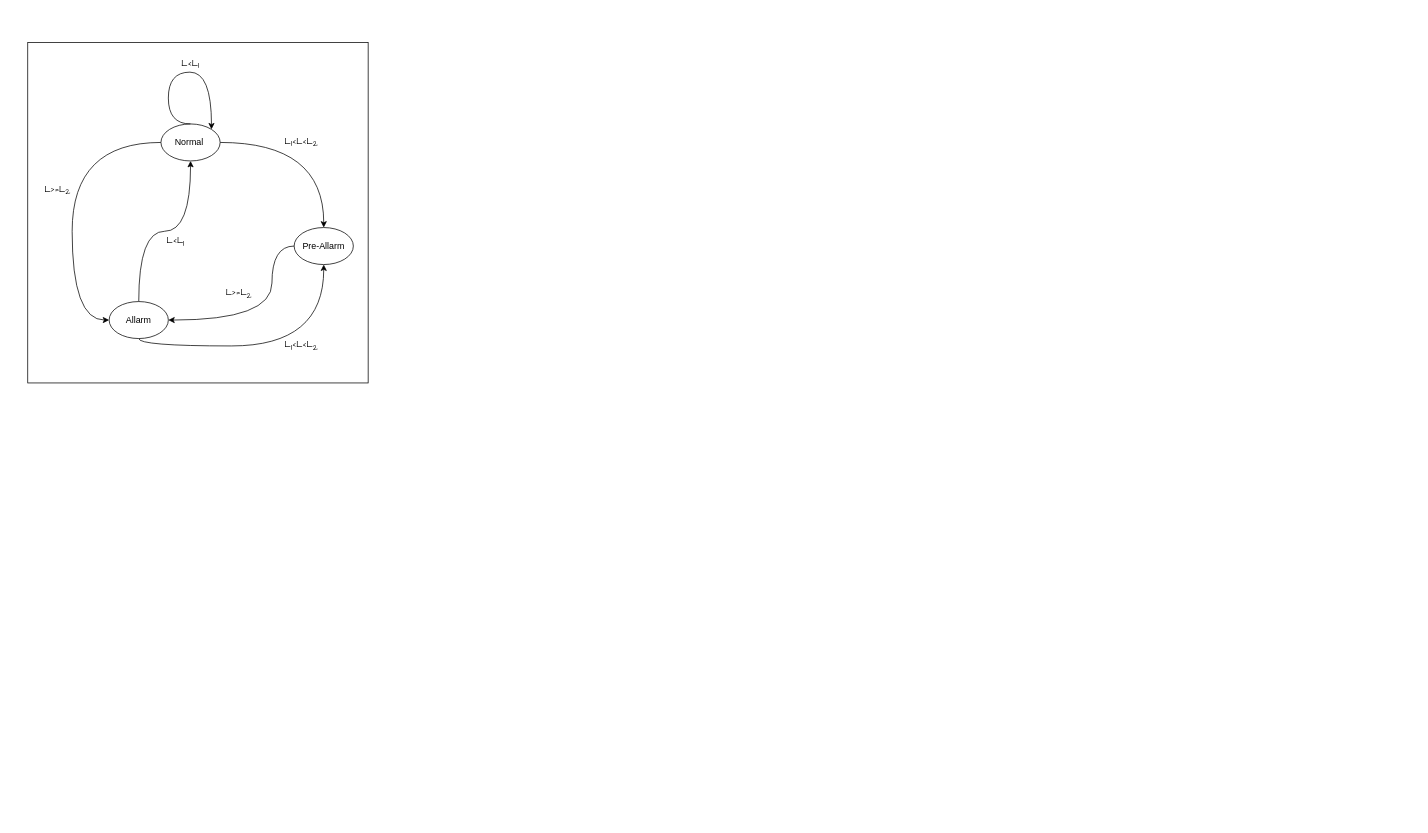
Above: doc/Smart_Dam.drawio in lorenzo0/SmartDam (draw.io), before the change. Source tidied: cells renumbered, new cells numbered last; positions are measured from the earlier drawing's top-left corner, leaving out a move shared by most shapes. Both pictures are drawn from the tidied source at 74%, with x=0, y=0 at pixel (27, 42).
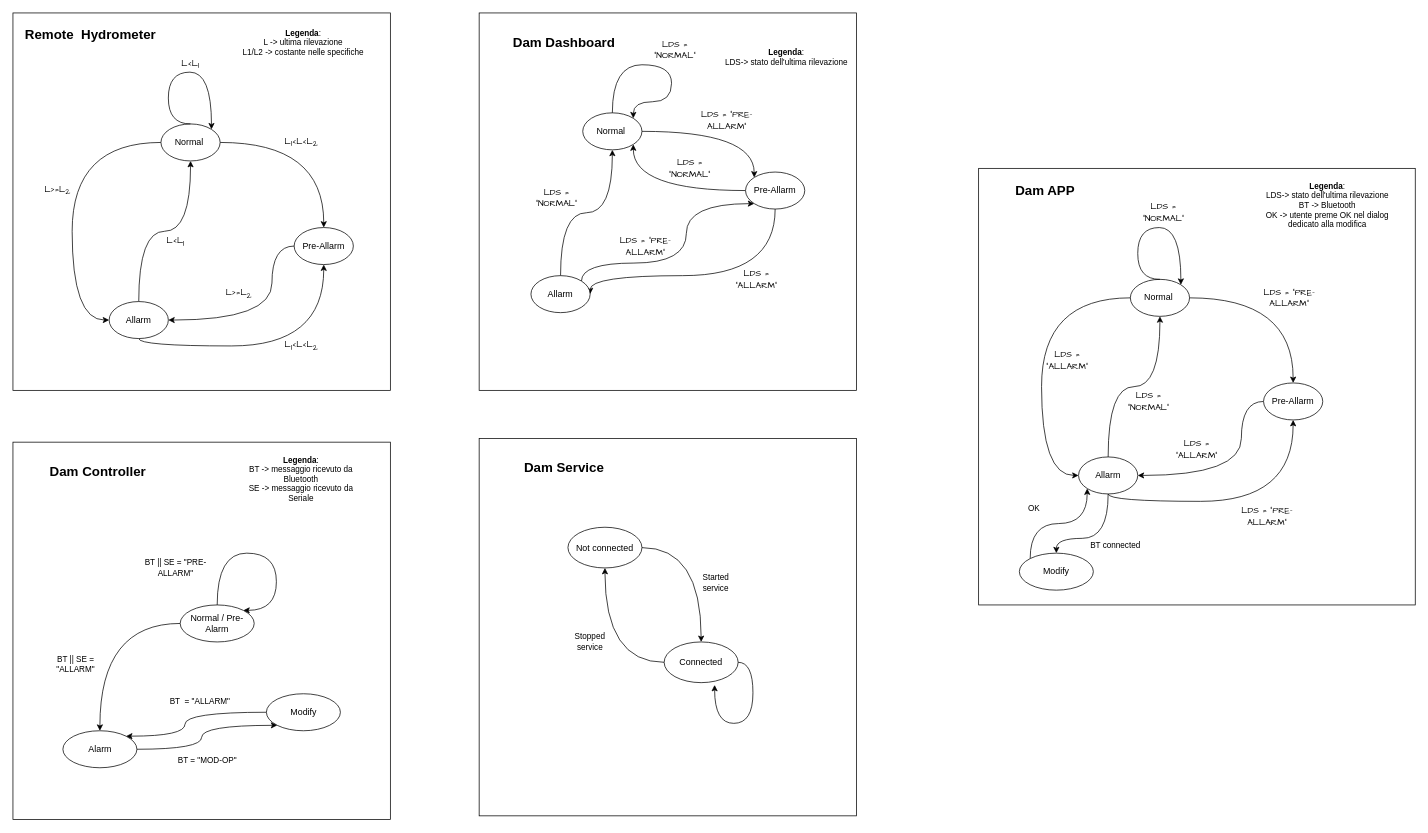
After the change.

The change refers to these unchanged cells:
```xml
<mxCell id="5" value="&lt;span&gt;Normal&amp;nbsp;&lt;/span&gt;" style="ellipse;whiteSpace=wrap;html=1;" parent="1" vertex="1">
  <mxGeometry x="180" y="110" width="80" height="50" as="geometry" />
</mxCell>
```

Diff of the diagram source:
```diff
@@
     <mxCell id="2" style="whiteSpace=wrap;html=1;" parent="1" vertex="1">
-      <mxGeometry width="460" height="460" as="geometry" />
+      <mxGeometry x="-20" y="-40" width="510" height="510" as="geometry" />
     </mxCell>
@@
-    <mxCell id="12" style="edgeStyle=orthogonalEdgeStyle;curved=1;rounded=0;orthogonalLoop=1;jettySize=auto;html=1;entryX=0.5;entryY=0;entryDx=0;entryDy=0;" parent="1" edge="1" source="5" target="5">
-      <mxGeometry relative="1" as="geometry">
-        <Array as="points">
-          <mxPoint x="260" y="110" />
-        </Array>
-      </mxGeometry>
-    </mxCell>
@@
+    <mxCell id="19" value="&lt;b style=&quot;font-size: 18px;&quot;&gt;Remote&amp;nbsp; Hydrometer&lt;/b&gt;" style="text;html=1;strokeColor=none;fillColor=none;align=center;verticalAlign=middle;whiteSpace=wrap;rounded=0;fontSize=18;" parent="1" vertex="1">
+      <mxGeometry x="-10" y="-20" width="190" height="20" as="geometry" />
+    </mxCell>
+    <mxCell id="20" style="whiteSpace=wrap;html=1;" parent="1" vertex="1">
+      <mxGeometry x="-20" y="540" width="510" height="510" as="geometry" />
+    </mxCell>
+    <mxCell id="21" value="&lt;b style=&quot;font-size: 18px&quot;&gt;Dam Controller&lt;/b&gt;" style="text;html=1;strokeColor=none;fillColor=none;align=center;verticalAlign=middle;whiteSpace=wrap;rounded=0;fontSize=18;" parent="1" vertex="1">
+      <mxGeometry y="570" width="190" height="20" as="geometry" />
+    </mxCell>
+    <mxCell id="22" style="edgeStyle=orthogonalEdgeStyle;curved=1;rounded=0;jettySize=auto;html=1;entryX=0.5;entryY=0;entryDx=0;entryDy=0;fontSize=11;" parent="1" edge="1" source="23" target="27">
+      <mxGeometry relative="1" as="geometry" />
+    </mxCell>
+    <mxCell id="23" value="&lt;span&gt;Normal / Pre-Alarm&lt;/span&gt;" style="ellipse;whiteSpace=wrap;html=1;" parent="1" vertex="1">
+      <mxGeometry x="206" y="760" width="100" height="50" as="geometry" />
+    </mxCell>
+    <mxCell id="24" style="edgeStyle=orthogonalEdgeStyle;curved=1;rounded=0;jettySize=auto;html=1;entryX=1;entryY=0;entryDx=0;entryDy=0;fontSize=11;" parent="1" edge="1" source="25" target="27">
+      <mxGeometry relative="1" as="geometry">
+        <Array as="points">
+          <mxPoint x="212.5" y="905" />
+          <mxPoint x="212.5" y="938" />
+        </Array>
+      </mxGeometry>
+    </mxCell>
+    <mxCell id="25" value="&lt;span&gt;Modify&lt;/span&gt;" style="ellipse;whiteSpace=wrap;html=1;" parent="1" vertex="1">
+      <mxGeometry x="322.5" y="880" width="100" height="50" as="geometry" />
+    </mxCell>
+    <mxCell id="26" style="edgeStyle=orthogonalEdgeStyle;curved=1;rounded=0;jettySize=auto;html=1;entryX=0;entryY=1;entryDx=0;entryDy=0;fontSize=11;" parent="1" edge="1" source="27" target="25">
+      <mxGeometry relative="1" as="geometry" />
+    </mxCell>
+    <mxCell id="27" value="&lt;span&gt;Alarm&lt;/span&gt;" style="ellipse;whiteSpace=wrap;html=1;" parent="1" vertex="1">
+      <mxGeometry x="47.5" y="930" width="100" height="50" as="geometry" />
+    </mxCell>
+    <mxCell id="28" style="edgeStyle=orthogonalEdgeStyle;rounded=0;orthogonalLoop=1;jettySize=auto;html=1;entryX=1;entryY=0;entryDx=0;entryDy=0;fontSize=18;curved=1;" parent="1" edge="1" source="23" target="23">
+      <mxGeometry relative="1" as="geometry">
+        <Array as="points">
+          <mxPoint x="256" y="690" />
+          <mxPoint x="336" y="690" />
+          <mxPoint x="336" y="768" />
+        </Array>
+      </mxGeometry>
+    </mxCell>
+    <mxCell id="29" value="BT || SE = &quot;PRE-ALLARM&quot;" style="text;html=1;strokeColor=none;fillColor=none;align=center;verticalAlign=middle;whiteSpace=wrap;rounded=0;fontSize=11;" parent="1" vertex="1">
+      <mxGeometry x="150" y="700" width="100" height="20" as="geometry" />
+    </mxCell>
+    <mxCell id="30" value="BT || SE = &quot;ALLARM&quot;" style="text;html=1;strokeColor=none;fillColor=none;align=center;verticalAlign=middle;whiteSpace=wrap;rounded=0;fontSize=11;" parent="1" vertex="1">
+      <mxGeometry x="15" y="830" width="100" height="20" as="geometry" />
+    </mxCell>
+    <mxCell id="31" value="BT = &quot;MOD-OP&quot;" style="text;html=1;strokeColor=none;fillColor=none;align=center;verticalAlign=middle;whiteSpace=wrap;rounded=0;fontSize=11;" parent="1" vertex="1">
+      <mxGeometry x="192.5" y="960" width="100" height="20" as="geometry" />
+    </mxCell>
+    <mxCell id="32" value="BT&amp;nbsp; = &quot;ALLARM&quot;" style="text;html=1;strokeColor=none;fillColor=none;align=center;verticalAlign=middle;whiteSpace=wrap;rounded=0;fontSize=11;" parent="1" vertex="1">
+      <mxGeometry x="182.5" y="880" width="100" height="20" as="geometry" />
+    </mxCell>
+    <mxCell id="33" style="edgeStyle=orthogonalEdgeStyle;curved=1;rounded=0;orthogonalLoop=1;jettySize=auto;html=1;exitX=0.5;exitY=1;exitDx=0;exitDy=0;fontSize=11;" parent="1" edge="1" source="30" target="30">
+      <mxGeometry relative="1" as="geometry" />
+    </mxCell>
+    <mxCell id="34" style="whiteSpace=wrap;html=1;" parent="1" vertex="1">
+      <mxGeometry x="610" y="-40" width="510" height="510" as="geometry" />
+    </mxCell>
+    <mxCell id="35" value="&lt;b style=&quot;font-size: 18px&quot;&gt;Dam Dashboard&lt;/b&gt;" style="text;html=1;strokeColor=none;fillColor=none;align=center;verticalAlign=middle;whiteSpace=wrap;rounded=0;fontSize=18;" parent="1" vertex="1">
+      <mxGeometry x="630" y="-10" width="190" height="20" as="geometry" />
+    </mxCell>
+    <mxCell id="36" style="edgeStyle=orthogonalEdgeStyle;curved=1;rounded=0;jettySize=auto;html=1;entryX=0;entryY=0;entryDx=0;entryDy=0;fontSize=11;" parent="1" edge="1" source="37" target="41">
+      <mxGeometry relative="1" as="geometry" />
+    </mxCell>
+    <mxCell id="37" value="&lt;span&gt;Normal&amp;nbsp;&lt;/span&gt;" style="ellipse;whiteSpace=wrap;html=1;" parent="1" vertex="1">
+      <mxGeometry x="750" y="95" width="80" height="50" as="geometry" />
+    </mxCell>
+    <mxCell id="38" style="edgeStyle=orthogonalEdgeStyle;curved=1;rounded=0;orthogonalLoop=1;jettySize=auto;html=1;entryX=1;entryY=0;entryDx=0;entryDy=0;fontSize=11;" parent="1" edge="1" source="37" target="37">
+      <mxGeometry relative="1" as="geometry">
+        <Array as="points">
+          <mxPoint x="790" y="30" />
+          <mxPoint x="870" y="30" />
+          <mxPoint x="870" y="80" />
+          <mxPoint x="819" y="80" />
+        </Array>
+      </mxGeometry>
+    </mxCell>
+    <mxCell id="39" style="edgeStyle=orthogonalEdgeStyle;curved=1;rounded=0;jettySize=auto;html=1;entryX=1;entryY=0.5;entryDx=0;entryDy=0;fontSize=11;" parent="1" edge="1" source="41" target="45">
+      <mxGeometry relative="1" as="geometry">
+        <Array as="points">
+          <mxPoint x="1010" y="315" />
+        </Array>
+      </mxGeometry>
+    </mxCell>
+    <mxCell id="40" style="edgeStyle=orthogonalEdgeStyle;curved=1;rounded=0;jettySize=auto;html=1;entryX=1;entryY=1;entryDx=0;entryDy=0;fontSize=11;" parent="1" edge="1" source="41" target="37">
+      <mxGeometry relative="1" as="geometry" />
+    </mxCell>
+    <mxCell id="41" value="Pre-Allarm" style="ellipse;whiteSpace=wrap;html=1;" parent="1" vertex="1">
+      <mxGeometry x="970" y="175" width="80" height="50" as="geometry" />
+    </mxCell>
+    <mxCell id="42" value="&lt;font face=&quot;Comic Sans MS&quot;&gt;LDS = &quot;PRE-ALLARM&quot;&lt;/font&gt;" style="text;html=1;strokeColor=none;fillColor=none;align=center;verticalAlign=middle;whiteSpace=wrap;rounded=0;" parent="1" vertex="1">
+      <mxGeometry x="900" y="95" width="90" height="20" as="geometry" />
+    </mxCell>
+    <mxCell id="43" style="edgeStyle=orthogonalEdgeStyle;curved=1;rounded=0;jettySize=auto;html=1;entryX=0;entryY=1;entryDx=0;entryDy=0;fontSize=11;exitX=1;exitY=0;exitDx=0;exitDy=0;" parent="1" edge="1" source="45" target="41">
+      <mxGeometry relative="1" as="geometry">
+        <Array as="points">
+          <mxPoint x="890" y="298" />
+          <mxPoint x="890" y="217" />
+        </Array>
+      </mxGeometry>
+    </mxCell>
+    <mxCell id="44" style="edgeStyle=orthogonalEdgeStyle;curved=1;rounded=0;jettySize=auto;html=1;entryX=0.5;entryY=1;entryDx=0;entryDy=0;fontSize=11;" parent="1" edge="1" source="45" target="37">
+      <mxGeometry relative="1" as="geometry" />
+    </mxCell>
+    <mxCell id="45" value="Allarm" style="ellipse;whiteSpace=wrap;html=1;" parent="1" vertex="1">
+      <mxGeometry x="680" y="315" width="80" height="50" as="geometry" />
+    </mxCell>
+    <mxCell id="46" value="&lt;font face=&quot;Comic Sans MS&quot;&gt;LDS = &quot;ALLARM&quot;&lt;/font&gt;" style="text;html=1;strokeColor=none;fillColor=none;align=center;verticalAlign=middle;whiteSpace=wrap;rounded=0;" parent="1" vertex="1">
+      <mxGeometry x="940" y="310" width="90" height="20" as="geometry" />
+    </mxCell>
+    <mxCell id="47" value="&lt;font face=&quot;Comic Sans MS&quot;&gt;LDS = &quot;PRE-ALLARM&quot;&lt;/font&gt;" style="text;html=1;strokeColor=none;fillColor=none;align=center;verticalAlign=middle;whiteSpace=wrap;rounded=0;" parent="1" vertex="1">
+      <mxGeometry x="790" y="265" width="90" height="20" as="geometry" />
+    </mxCell>
+    <mxCell id="48" value="&lt;font face=&quot;Comic Sans MS&quot;&gt;LDS = &quot;NORMAL&quot;&lt;/font&gt;" style="text;html=1;strokeColor=none;fillColor=none;align=center;verticalAlign=middle;whiteSpace=wrap;rounded=0;" parent="1" vertex="1">
+      <mxGeometry x="670" y="200" width="90" height="20" as="geometry" />
+    </mxCell>
+    <mxCell id="49" value="&lt;font face=&quot;Comic Sans MS&quot;&gt;LDS = &quot;NORMAL&quot;&lt;/font&gt;" style="text;html=1;strokeColor=none;fillColor=none;align=center;verticalAlign=middle;whiteSpace=wrap;rounded=0;" parent="1" vertex="1">
+      <mxGeometry x="850" y="160" width="90" height="20" as="geometry" />
+    </mxCell>
+    <mxCell id="50" value="&lt;font face=&quot;Comic Sans MS&quot;&gt;LDS = &quot;NORMAL&quot;&lt;/font&gt;" style="text;html=1;strokeColor=none;fillColor=none;align=center;verticalAlign=middle;whiteSpace=wrap;rounded=0;" parent="1" vertex="1">
+      <mxGeometry x="830" width="90" height="20" as="geometry" />
+    </mxCell>
+    <mxCell id="51" style="whiteSpace=wrap;html=1;" parent="1" vertex="1">
+      <mxGeometry x="1285" y="170" width="590" height="590" as="geometry" />
+    </mxCell>
+    <mxCell id="52" style="edgeStyle=orthogonalEdgeStyle;rounded=0;jettySize=auto;html=1;entryX=0;entryY=0.5;entryDx=0;entryDy=0;curved=1;" parent="1" edge="1" source="54" target="60">
+      <mxGeometry relative="1" as="geometry">
+        <Array as="points">
+          <mxPoint x="1370" y="345" />
+          <mxPoint x="1370" y="585" />
+        </Array>
+      </mxGeometry>
+    </mxCell>
+    <mxCell id="53" style="edgeStyle=orthogonalEdgeStyle;curved=1;rounded=0;jettySize=auto;html=1;entryX=0.5;entryY=0;entryDx=0;entryDy=0;" parent="1" edge="1" source="54" target="56">
+      <mxGeometry relative="1" as="geometry" />
+    </mxCell>
+    <mxCell id="54" value="&lt;span&gt;Normal&amp;nbsp;&lt;/span&gt;" style="ellipse;whiteSpace=wrap;html=1;" parent="1" vertex="1">
+      <mxGeometry x="1490" y="320" width="80" height="50" as="geometry" />
+    </mxCell>
+    <mxCell id="55" style="edgeStyle=orthogonalEdgeStyle;curved=1;rounded=0;jettySize=auto;html=1;entryX=1;entryY=0.5;entryDx=0;entryDy=0;exitX=0;exitY=0.5;exitDx=0;exitDy=0;" parent="1" edge="1" source="56" target="60">
+      <mxGeometry relative="1" as="geometry">
+        <Array as="points">
+          <mxPoint x="1640" y="485" />
+          <mxPoint x="1640" y="585" />
+        </Array>
+      </mxGeometry>
+    </mxCell>
+    <mxCell id="56" value="Pre-Allarm" style="ellipse;whiteSpace=wrap;html=1;" parent="1" vertex="1">
+      <mxGeometry x="1670" y="460" width="80" height="50" as="geometry" />
+    </mxCell>
+    <mxCell id="57" style="edgeStyle=orthogonalEdgeStyle;curved=1;rounded=0;jettySize=auto;html=1;entryX=0.5;entryY=1;entryDx=0;entryDy=0;" parent="1" edge="1" source="60" target="54">
+      <mxGeometry relative="1" as="geometry" />
+    </mxCell>
+    <mxCell id="58" style="edgeStyle=orthogonalEdgeStyle;curved=1;rounded=0;jettySize=auto;html=1;entryX=0.5;entryY=1;entryDx=0;entryDy=0;exitX=0.5;exitY=1;exitDx=0;exitDy=0;" parent="1" edge="1" source="60" target="56">
+      <mxGeometry relative="1" as="geometry">
+        <Array as="points">
+          <mxPoint x="1460" y="620" />
+          <mxPoint x="1710" y="620" />
+        </Array>
+      </mxGeometry>
+    </mxCell>
+    <mxCell id="59" style="edgeStyle=orthogonalEdgeStyle;curved=1;rounded=0;jettySize=auto;html=1;entryX=0.5;entryY=0;entryDx=0;entryDy=0;fontSize=11;" parent="1" edge="1" source="60" target="70">
+      <mxGeometry relative="1" as="geometry">
+        <Array as="points">
+          <mxPoint x="1460" y="670" />
+          <mxPoint x="1390" y="670" />
+        </Array>
+      </mxGeometry>
+    </mxCell>
+    <mxCell id="60" value="Allarm" style="ellipse;whiteSpace=wrap;html=1;" parent="1" vertex="1">
+      <mxGeometry x="1420" y="560" width="80" height="50" as="geometry" />
+    </mxCell>
+    <mxCell id="61" style="edgeStyle=orthogonalEdgeStyle;curved=1;rounded=0;orthogonalLoop=1;jettySize=auto;html=1;exitX=0.5;exitY=0;exitDx=0;exitDy=0;entryX=1;entryY=0;entryDx=0;entryDy=0;" parent="1" edge="1" source="54" target="54">
+      <mxGeometry relative="1" as="geometry">
+        <Array as="points">
+          <mxPoint x="1500" y="320" />
+          <mxPoint x="1500" y="250" />
+          <mxPoint x="1558" y="250" />
+        </Array>
+      </mxGeometry>
+    </mxCell>
+    <mxCell id="62" value="&lt;span style=&quot;font-family: &amp;#34;comic sans ms&amp;#34;&quot;&gt;LDS = &quot;PRE-ALLARM&quot;&lt;/span&gt;" style="text;html=1;strokeColor=none;fillColor=none;align=center;verticalAlign=middle;whiteSpace=wrap;rounded=0;" parent="1" vertex="1">
+      <mxGeometry x="1660" y="335" width="90" height="20" as="geometry" />
+    </mxCell>
+    <mxCell id="63" value="&lt;b style=&quot;font-size: 18px&quot;&gt;Dam APP&lt;/b&gt;" style="text;html=1;strokeColor=none;fillColor=none;align=center;verticalAlign=middle;whiteSpace=wrap;rounded=0;fontSize=18;" parent="1" vertex="1">
+      <mxGeometry x="1280" y="190" width="190" height="20" as="geometry" />
+    </mxCell>
+    <mxCell id="64" value="&lt;font face=&quot;Comic Sans MS&quot;&gt;LDS = &quot;NORMAL&quot;&lt;/font&gt;" style="text;html=1;strokeColor=none;fillColor=none;align=center;verticalAlign=middle;whiteSpace=wrap;rounded=0;" parent="1" vertex="1">
+      <mxGeometry x="1490" y="220" width="90" height="20" as="geometry" />
+    </mxCell>
+    <mxCell id="65" value="&lt;font face=&quot;Comic Sans MS&quot;&gt;LDS = &quot;NORMAL&quot;&lt;/font&gt;" style="text;html=1;strokeColor=none;fillColor=none;align=center;verticalAlign=middle;whiteSpace=wrap;rounded=0;" parent="1" vertex="1">
+      <mxGeometry x="1470" y="475" width="90" height="20" as="geometry" />
+    </mxCell>
+    <mxCell id="66" value="&lt;span style=&quot;font-family: &amp;#34;comic sans ms&amp;#34;&quot;&gt;LDS = &quot;PRE-ALLARM&quot;&lt;/span&gt;" style="text;html=1;strokeColor=none;fillColor=none;align=center;verticalAlign=middle;whiteSpace=wrap;rounded=0;" parent="1" vertex="1">
+      <mxGeometry x="1630" y="630" width="90" height="20" as="geometry" />
+    </mxCell>
+    <mxCell id="67" value="&lt;span style=&quot;font-family: &amp;#34;comic sans ms&amp;#34;&quot;&gt;LDS = &quot;ALLARM&quot;&lt;/span&gt;" style="text;html=1;strokeColor=none;fillColor=none;align=center;verticalAlign=middle;whiteSpace=wrap;rounded=0;" parent="1" vertex="1">
+      <mxGeometry x="1540" y="540" width="80" height="20" as="geometry" />
+    </mxCell>
+    <mxCell id="68" value="&lt;span style=&quot;font-family: &amp;#34;comic sans ms&amp;#34;&quot;&gt;LDS = &quot;ALLARM&quot;&lt;/span&gt;" style="text;html=1;strokeColor=none;fillColor=none;align=center;verticalAlign=middle;whiteSpace=wrap;rounded=0;" parent="1" vertex="1">
+      <mxGeometry x="1365" y="420" width="80" height="20" as="geometry" />
+    </mxCell>
+    <mxCell id="69" style="edgeStyle=orthogonalEdgeStyle;curved=1;rounded=0;jettySize=auto;html=1;entryX=0;entryY=1;entryDx=0;entryDy=0;fontSize=11;exitX=0;exitY=0;exitDx=0;exitDy=0;" parent="1" edge="1" source="70" target="60">
+      <mxGeometry relative="1" as="geometry" />
+    </mxCell>
+    <mxCell id="70" value="&lt;span&gt;Modify&lt;/span&gt;" style="ellipse;whiteSpace=wrap;html=1;" parent="1" vertex="1">
+      <mxGeometry x="1340" y="690" width="100" height="50" as="geometry" />
+    </mxCell>
+    <mxCell id="71" value="BT connected" style="text;html=1;strokeColor=none;fillColor=none;align=center;verticalAlign=middle;whiteSpace=wrap;rounded=0;fontSize=11;" parent="1" vertex="1">
+      <mxGeometry x="1420" y="670" width="100" height="20" as="geometry" />
+    </mxCell>
+    <mxCell id="72" value="OK" style="text;html=1;strokeColor=none;fillColor=none;align=center;verticalAlign=middle;whiteSpace=wrap;rounded=0;fontSize=11;" parent="1" vertex="1">
+      <mxGeometry x="1310" y="620" width="100" height="20" as="geometry" />
+    </mxCell>
+    <mxCell id="73" value="&lt;b&gt;Legenda&lt;/b&gt;:&lt;br&gt;L -&amp;gt; ultima rilevazione&lt;br&gt;L1/L2 -&amp;gt; costante nelle specifiche" style="text;html=1;strokeColor=none;fillColor=none;align=center;verticalAlign=middle;whiteSpace=wrap;rounded=0;fontSize=11;" parent="1" vertex="1">
+      <mxGeometry x="286.2" y="-10" width="172.5" height="20" as="geometry" />
+    </mxCell>
+    <mxCell id="74" value="&lt;b&gt;Legenda&lt;/b&gt;:&lt;br&gt;LDS-&amp;gt; stato dell'ultima rilevazione" style="text;html=1;strokeColor=none;fillColor=none;align=center;verticalAlign=middle;whiteSpace=wrap;rounded=0;fontSize=11;" parent="1" vertex="1">
+      <mxGeometry x="938.8" y="10" width="172.5" height="20" as="geometry" />
+    </mxCell>
+    <mxCell id="75" value="&lt;b&gt;Legenda&lt;/b&gt;:&lt;br&gt;BT -&amp;gt; messaggio ricevuto da Bluetooth&lt;br&gt;SE -&amp;gt; messaggio ricevuto da Seriale" style="text;html=1;strokeColor=none;fillColor=none;align=center;verticalAlign=middle;whiteSpace=wrap;rounded=0;fontSize=11;" parent="1" vertex="1">
+      <mxGeometry x="282.5" y="580" width="172.5" height="20" as="geometry" />
+    </mxCell>
+    <mxCell id="76" value="&lt;b&gt;Legenda&lt;/b&gt;:&lt;br&gt;LDS-&amp;gt; stato dell'ultima rilevazione&lt;br&gt;BT -&amp;gt; Bluetooth&lt;br&gt;OK -&amp;gt; utente preme OK nel dialog dedicato alla modifica" style="text;html=1;strokeColor=none;fillColor=none;align=center;verticalAlign=middle;whiteSpace=wrap;rounded=0;fontSize=11;" parent="1" vertex="1">
+      <mxGeometry x="1670" y="210" width="172.5" height="20" as="geometry" />
+    </mxCell>
+    <mxCell id="77" style="whiteSpace=wrap;html=1;" parent="1" vertex="1">
+      <mxGeometry x="610" y="535" width="510" height="510" as="geometry" />
+    </mxCell>
+    <mxCell id="78" value="&lt;b style=&quot;font-size: 18px&quot;&gt;Dam Service&lt;/b&gt;" style="text;html=1;strokeColor=none;fillColor=none;align=center;verticalAlign=middle;whiteSpace=wrap;rounded=0;fontSize=18;" parent="1" vertex="1">
+      <mxGeometry x="630" y="565" width="190" height="20" as="geometry" />
+    </mxCell>
+    <mxCell id="79" style="edgeStyle=orthogonalEdgeStyle;curved=1;rounded=0;jettySize=auto;html=1;entryX=0.5;entryY=0;entryDx=0;entryDy=0;fontSize=11;" parent="1" edge="1" source="80" target="82">
+      <mxGeometry relative="1" as="geometry" />
+    </mxCell>
+    <mxCell id="80" value="Not connected" style="ellipse;whiteSpace=wrap;html=1;" parent="1" vertex="1">
+      <mxGeometry x="730" y="655" width="100" height="55" as="geometry" />
+    </mxCell>
+    <mxCell id="81" style="edgeStyle=orthogonalEdgeStyle;curved=1;rounded=0;jettySize=auto;html=1;entryX=0.5;entryY=1;entryDx=0;entryDy=0;fontSize=11;" parent="1" edge="1" source="82" target="80">
+      <mxGeometry relative="1" as="geometry" />
+    </mxCell>
+    <mxCell id="82" value="Connected" style="ellipse;whiteSpace=wrap;html=1;" parent="1" vertex="1">
+      <mxGeometry x="860" y="810" width="100" height="55" as="geometry" />
+    </mxCell>
+    <mxCell id="83" value="Started service" style="text;html=1;strokeColor=none;fillColor=none;align=center;verticalAlign=middle;whiteSpace=wrap;rounded=0;fontSize=11;" parent="1" vertex="1">
+      <mxGeometry x="910" y="720" width="40" height="20" as="geometry" />
+    </mxCell>
+    <mxCell id="84" style="edgeStyle=orthogonalEdgeStyle;curved=1;rounded=0;orthogonalLoop=1;jettySize=auto;html=1;entryX=0.682;entryY=1.057;entryDx=0;entryDy=0;entryPerimeter=0;fontSize=11;exitX=1;exitY=0.5;exitDx=0;exitDy=0;" parent="1" edge="1" source="82" target="82">
+      <mxGeometry relative="1" as="geometry">
+        <Array as="points">
+          <mxPoint x="980" y="838" />
+          <mxPoint x="980" y="920" />
+          <mxPoint x="928" y="920" />
+        </Array>
+      </mxGeometry>
+    </mxCell>
+    <mxCell id="85" value="Stopped service" style="text;html=1;strokeColor=none;fillColor=none;align=center;verticalAlign=middle;whiteSpace=wrap;rounded=0;fontSize=11;" parent="1" vertex="1">
+      <mxGeometry x="740" y="800" width="40" height="20" as="geometry" />
+    </mxCell>
```
